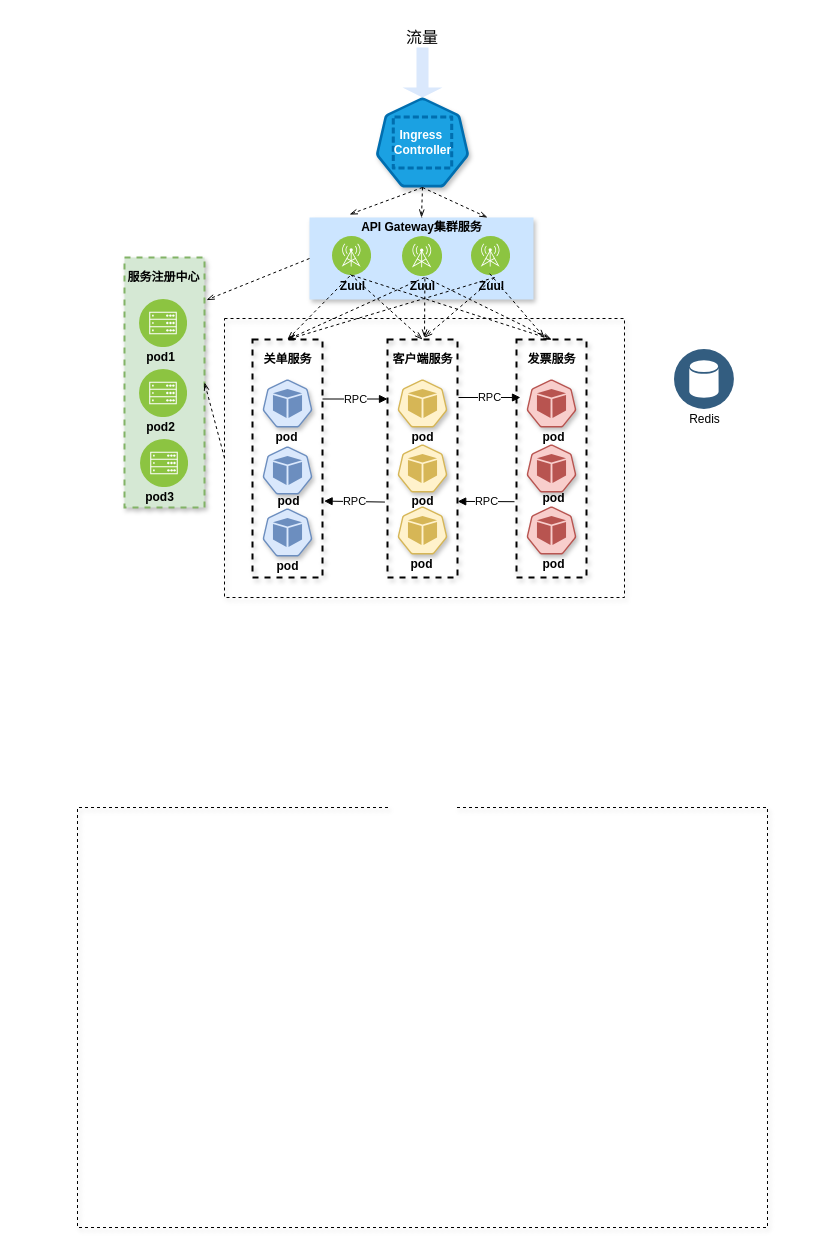
Earlier version of the draw.io diagram emtSaaS-Structure.drawio (JessiyLee/my-diagrams). Source tidied: cells renumbered, new cells numbered last; positions are measured from the earlier drawing's top-left corner, leaving out a move shared by most shapes. Both pictures are drawn from the tidied source at 100%, with x=0, y=0 at pixel (77, 17).
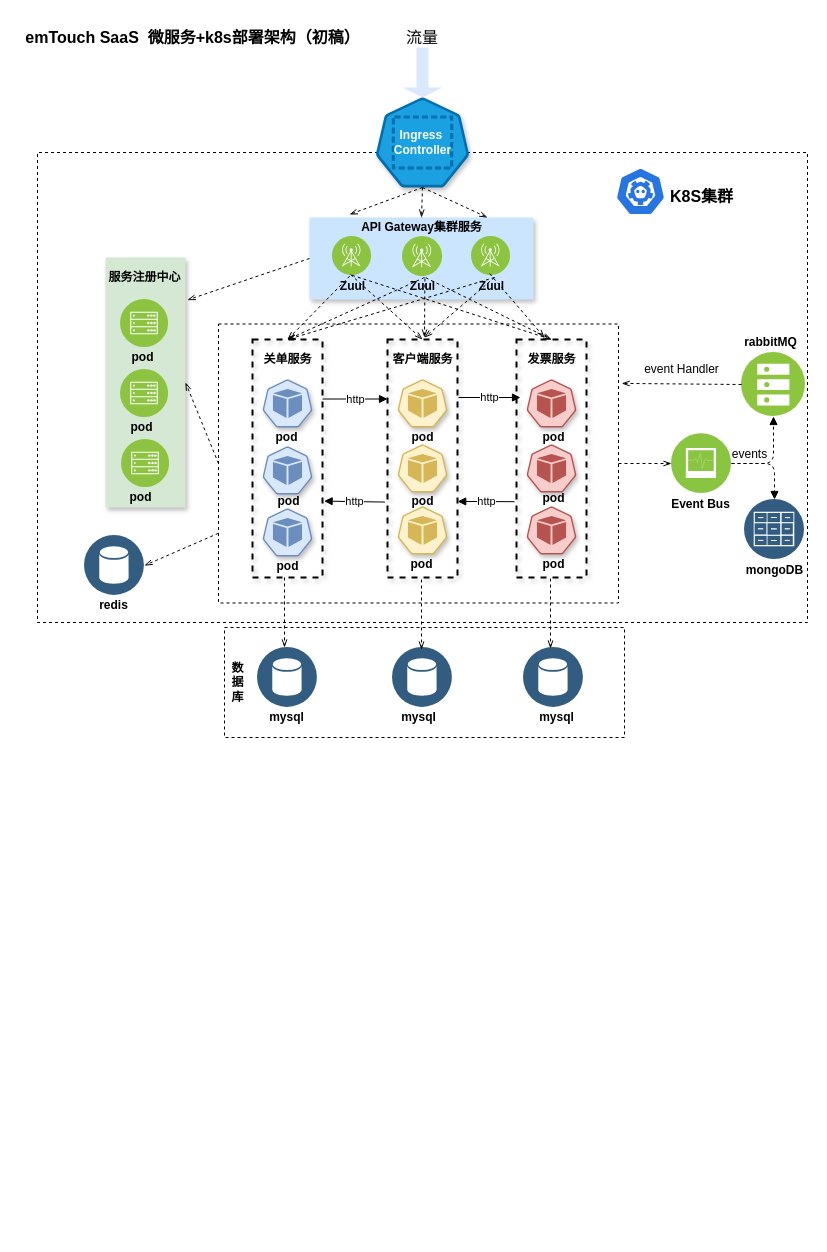
The same page after the edit.

Unchanged cells that the change refers to:
```xml
<mxCell id="15" style="whiteSpace=wrap;html=1;absoluteArcSize=1;arcSize=14;strokeWidth=2;shadow=1;dashed=1;fillColor=none;" parent="1" vertex="1">
  <mxGeometry x="175" y="322" width="70" height="238" as="geometry" />
</mxCell>
<mxCell id="20" style="whiteSpace=wrap;html=1;absoluteArcSize=1;arcSize=14;strokeWidth=2;shadow=1;dashed=1;fillColor=none;" parent="1" vertex="1">
  <mxGeometry x="310" y="322" width="70" height="238" as="geometry" />
</mxCell>
```

Diff of the diagram source:
```diff
@@
-    <mxCell id="4" style="verticalLabelPosition=bottom;verticalAlign=top;html=1;shape=mxgraph.basic.polygon;polyCoords=[[0.55,0],[0.75,0],[1,0],[1,1],[0.75,1],[0,1],[0,0],[0.45,0]];polyline=1;fillColor=none;shadow=1;dashed=1;" parent="1" vertex="1">
-      <mxGeometry y="790" width="690" height="420" as="geometry" />
+    <mxCell id="4" style="verticalLabelPosition=bottom;verticalAlign=top;html=1;shape=mxgraph.basic.polygon;polyCoords=[[0.55,0],[0.75,0],[1,0],[1,1],[0.75,1],[0,1],[0,0],[0.45,0]];polyline=1;fillColor=none;shadow=0;dashed=1;" parent="1" vertex="1">
+      <mxGeometry x="-40" y="135" width="770" height="470" as="geometry" />
     </mxCell>
@@
-    <mxCell id="42" value="RPC" style="endArrow=block;html=1;endFill=1;exitX=1;exitY=0.25;exitDx=0;exitDy=0;entryX=0;entryY=0.25;entryDx=0;entryDy=0;" parent="1" edge="1" source="15" target="20">
+    <mxCell id="42" value="http" style="endArrow=block;html=1;endFill=1;exitX=1;exitY=0.25;exitDx=0;exitDy=0;entryX=0;entryY=0.25;entryDx=0;entryDy=0;" parent="1" edge="1" source="15" target="20">
       <mxGeometry relative="1" as="geometry" />
     </mxCell>
-    <mxCell id="43" value="RPC" style="endArrow=block;html=1;endFill=1;exitX=1;exitY=0.25;exitDx=0;exitDy=0;fillColor=#f5f5f5;gradientColor=#b3b3b3;jumpStyle=none;sketch=0;shadow=0;" parent="1" edge="1">
+    <mxCell id="43" value="http" style="endArrow=block;html=1;endFill=1;exitX=1;exitY=0.25;exitDx=0;exitDy=0;fillColor=#f5f5f5;gradientColor=#b3b3b3;jumpStyle=none;sketch=0;shadow=0;" parent="1" edge="1">
       <mxGeometry relative="1" as="geometry">
         <mxPoint x="381" y="380" as="sourcePoint" />
         <mxPoint x="443" y="380" as="targetPoint" />
       </mxGeometry>
     </mxCell>
-    <mxCell id="44" value="RPC" style="endArrow=block;html=1;endFill=1;exitX=-0.037;exitY=0.683;exitDx=0;exitDy=0;exitPerimeter=0;entryX=1.023;entryY=0.679;entryDx=0;entryDy=0;entryPerimeter=0;" parent="1" edge="1" source="20" target="15">
+    <mxCell id="44" value="http" style="endArrow=block;html=1;endFill=1;exitX=-0.037;exitY=0.683;exitDx=0;exitDy=0;exitPerimeter=0;entryX=1.023;entryY=0.679;entryDx=0;entryDy=0;entryPerimeter=0;" parent="1" edge="1" source="20" target="15">
       <mxGeometry relative="1" as="geometry" />
     </mxCell>
-    <mxCell id="45" value="RPC" style="endArrow=block;html=1;endFill=1;exitX=-0.029;exitY=0.673;exitDx=0;exitDy=0;exitPerimeter=0;entryX=1.003;entryY=0.672;entryDx=0;entryDy=0;entryPerimeter=0;" parent="1" edge="1">
+    <mxCell id="45" value="http" style="endArrow=block;html=1;endFill=1;exitX=-0.029;exitY=0.673;exitDx=0;exitDy=0;exitPerimeter=0;entryX=1.003;entryY=0.672;entryDx=0;entryDy=0;entryPerimeter=0;" parent="1" edge="1">
       <mxGeometry relative="1" as="geometry">
         <mxPoint x="437" y="484.2" as="sourcePoint" />
         <mxPoint x="380.2" y="483.9" as="targetPoint" />
       </mxGeometry>
     </mxCell>
-    <mxCell id="46" style="whiteSpace=wrap;html=1;absoluteArcSize=1;arcSize=14;strokeWidth=2;shadow=1;dashed=1;fillColor=#d5e8d4;strokeColor=#82b366;" parent="1" vertex="1">
-      <mxGeometry x="47" y="240" width="80" height="250" as="geometry" />
+    <mxCell id="46" style="whiteSpace=wrap;html=1;absoluteArcSize=1;arcSize=14;strokeWidth=2;shadow=1;dashed=1;fillColor=#d5e8d4;strokeColor=none;" parent="1" vertex="1">
+      <mxGeometry x="28" y="240" width="80" height="250" as="geometry" />
     </mxCell>
     <mxCell id="47" value="&lt;b&gt;服务注册中心&lt;/b&gt;" style="text;html=1;align=center;verticalAlign=middle;strokeColor=none;" parent="1" vertex="1">
-      <mxGeometry x="41" y="250" width="90" height="20" as="geometry" />
+      <mxGeometry x="22" y="250" width="90" height="20" as="geometry" />
     </mxCell>
     <mxCell id="48" style="perimeter=ellipsePerimeter;html=1;align=center;shadow=0;dashed=0;fontColor=#4277BB;labelBackgroundColor=#ffffff;fontSize=12;spacingTop=3;image;image=img/lib/ibm/infrastructure/mobile_backend.svg;strokeColor=#000000;fillColor=none;" parent="1" vertex="1">
-      <mxGeometry x="62" y="282" width="48" height="48" as="geometry" />
+      <mxGeometry x="43" y="282" width="48" height="48" as="geometry" />
     </mxCell>
     <mxCell id="49" style="perimeter=ellipsePerimeter;html=1;align=center;shadow=0;dashed=0;fontColor=#4277BB;labelBackgroundColor=#ffffff;fontSize=12;spacingTop=3;image;image=img/lib/ibm/infrastructure/mobile_backend.svg;strokeColor=#000000;fillColor=none;" parent="1" vertex="1">
-      <mxGeometry x="62" y="352" width="48" height="48" as="geometry" />
+      <mxGeometry x="43" y="352" width="48" height="48" as="geometry" />
     </mxCell>
     <mxCell id="50" style="perimeter=ellipsePerimeter;html=1;align=center;shadow=0;dashed=0;fontColor=#4277BB;labelBackgroundColor=#ffffff;fontSize=12;spacingTop=3;image;image=img/lib/ibm/infrastructure/mobile_backend.svg;strokeColor=#000000;fillColor=none;" parent="1" vertex="1">
-      <mxGeometry x="63" y="422" width="48" height="48" as="geometry" />
+      <mxGeometry x="44" y="422" width="48" height="48" as="geometry" />
     </mxCell>
-    <mxCell id="51" value="&lt;b&gt;pod1&lt;/b&gt;" style="text;html=1;align=center;verticalAlign=middle;strokeColor=none;" parent="1" vertex="1">
-      <mxGeometry x="63" y="330" width="40" height="20" as="geometry" />
+    <mxCell id="51" value="&lt;b&gt;pod&lt;/b&gt;" style="text;html=1;align=center;verticalAlign=middle;strokeColor=none;" parent="1" vertex="1">
+      <mxGeometry x="45" y="330" width="40" height="20" as="geometry" />
     </mxCell>
-    <mxCell id="52" value="&lt;b&gt;pod2&lt;/b&gt;" style="text;html=1;align=center;verticalAlign=middle;strokeColor=none;" parent="1" vertex="1">
-      <mxGeometry x="63" y="400" width="40" height="20" as="geometry" />
+    <mxCell id="52" value="&lt;b&gt;pod&lt;/b&gt;" style="text;html=1;align=center;verticalAlign=middle;strokeColor=none;" parent="1" vertex="1">
+      <mxGeometry x="44" y="400" width="40" height="20" as="geometry" />
     </mxCell>
-    <mxCell id="53" value="&lt;b&gt;pod3&lt;/b&gt;" style="text;html=1;align=center;verticalAlign=middle;strokeColor=none;" parent="1" vertex="1">
-      <mxGeometry x="62" y="470" width="40" height="20" as="geometry" />
+    <mxCell id="53" value="&lt;b&gt;pod&lt;/b&gt;" style="text;html=1;align=center;verticalAlign=middle;strokeColor=none;" parent="1" vertex="1">
+      <mxGeometry x="43" y="470" width="40" height="20" as="geometry" />
     </mxCell>
@@
-    <mxCell id="63" style="whiteSpace=wrap;html=1;absoluteArcSize=1;arcSize=14;strokeWidth=1;shadow=1;dashed=1;fillColor=none;" parent="1" vertex="1">
-      <mxGeometry x="147" y="301" width="400" height="279" as="geometry" />
+    <mxCell id="63" style="whiteSpace=wrap;html=1;absoluteArcSize=1;arcSize=14;strokeWidth=1;shadow=0;dashed=1;fillColor=none;" parent="1" vertex="1">
+      <mxGeometry x="141" y="306.5" width="400" height="279" as="geometry" />
     </mxCell>
@@
     <mxCell id="66" style="perimeter=ellipsePerimeter;html=1;align=center;shadow=0;dashed=0;fontColor=#4277BB;labelBackgroundColor=#ffffff;fontSize=12;spacingTop=3;image;image=img/lib/ibm/data/data_services.svg;strokeColor=#000000;strokeWidth=1;fillColor=none;" parent="1" vertex="1">
-      <mxGeometry x="597" y="332" width="60" height="60" as="geometry" />
+      <mxGeometry x="7" y="518" width="60" height="60" as="geometry" />
     </mxCell>
-    <mxCell id="67" value="Redis" style="text;html=1;align=center;verticalAlign=middle;strokeColor=none;" parent="1" vertex="1">
-      <mxGeometry x="602" y="392" width="50" height="20" as="geometry" />
+    <mxCell id="67" value="&lt;b&gt;redis&lt;/b&gt;" style="text;html=1;align=center;verticalAlign=middle;strokeColor=none;" parent="1" vertex="1">
+      <mxGeometry x="16" y="578" width="40" height="20" as="geometry" />
     </mxCell>
+    <mxCell id="68" style="perimeter=ellipsePerimeter;html=1;align=center;shadow=0;dashed=0;fontColor=#4277BB;labelBackgroundColor=#ffffff;fontSize=12;spacingTop=3;image;image=img/lib/ibm/data/data_services.svg;strokeColor=#000000;strokeWidth=1;fillColor=none;" parent="1" vertex="1">
+      <mxGeometry x="180" y="630" width="60" height="60" as="geometry" />
+    </mxCell>
+    <mxCell id="69" style="perimeter=ellipsePerimeter;html=1;align=center;shadow=0;dashed=0;fontColor=#4277BB;labelBackgroundColor=#ffffff;fontSize=12;spacingTop=3;image;image=img/lib/ibm/data/data_services.svg;strokeColor=#000000;strokeWidth=1;fillColor=none;" parent="1" vertex="1">
+      <mxGeometry x="315" y="630" width="60" height="60" as="geometry" />
+    </mxCell>
+    <mxCell id="70" style="perimeter=ellipsePerimeter;html=1;align=center;shadow=0;dashed=0;fontColor=#4277BB;labelBackgroundColor=#ffffff;fontSize=12;spacingTop=3;image;image=img/lib/ibm/data/data_services.svg;strokeColor=#000000;strokeWidth=1;fillColor=none;" parent="1" vertex="1">
+      <mxGeometry x="446" y="630" width="60" height="60" as="geometry" />
+    </mxCell>
+    <mxCell id="71" value="&lt;b&gt;mysql&lt;/b&gt;" style="text;html=1;align=center;verticalAlign=middle;strokeColor=none;" parent="1" vertex="1">
+      <mxGeometry x="184" y="690" width="50" height="20" as="geometry" />
+    </mxCell>
+    <mxCell id="72" value="&lt;b&gt;mysql&lt;/b&gt;" style="text;html=1;align=center;verticalAlign=middle;strokeColor=none;" parent="1" vertex="1">
+      <mxGeometry x="316" y="690" width="50" height="20" as="geometry" />
+    </mxCell>
+    <mxCell id="73" value="&lt;b&gt;mysql&lt;/b&gt;" style="text;html=1;align=center;verticalAlign=middle;strokeColor=none;" parent="1" vertex="1">
+      <mxGeometry x="454" y="690" width="50" height="20" as="geometry" />
+    </mxCell>
+    <mxCell id="74" style="endArrow=openThin;html=1;dashed=1;endFill=0;entryX=0.5;entryY=0;entryDx=0;entryDy=0;" parent="1" edge="1">
+      <mxGeometry relative="1" as="geometry">
+        <mxPoint x="207" y="560" as="sourcePoint" />
+        <mxPoint x="207" y="630" as="targetPoint" />
+      </mxGeometry>
+    </mxCell>
+    <mxCell id="75" style="endArrow=openThin;html=1;dashed=1;endFill=0;entryX=0.5;entryY=0;entryDx=0;entryDy=0;" parent="1" edge="1">
+      <mxGeometry relative="1" as="geometry">
+        <mxPoint x="344" y="562" as="sourcePoint" />
+        <mxPoint x="344" y="632" as="targetPoint" />
+      </mxGeometry>
+    </mxCell>
+    <mxCell id="76" style="endArrow=openThin;html=1;dashed=1;endFill=0;entryX=0.5;entryY=0;entryDx=0;entryDy=0;" parent="1" edge="1">
+      <mxGeometry relative="1" as="geometry">
+        <mxPoint x="473" y="561" as="sourcePoint" />
+        <mxPoint x="473" y="631" as="targetPoint" />
+      </mxGeometry>
+    </mxCell>
+    <mxCell id="77" style="whiteSpace=wrap;html=1;absoluteArcSize=1;arcSize=14;strokeWidth=1;shadow=0;dashed=1;fillColor=none;" parent="1" vertex="1">
+      <mxGeometry x="147" y="610" width="400" height="110" as="geometry" />
+    </mxCell>
+    <mxCell id="78" style="endArrow=openThin;html=1;dashed=1;endFill=0;exitX=0;exitY=0.75;exitDx=0;exitDy=0;entryX=1;entryY=0.5;entryDx=0;entryDy=0;" parent="1" edge="1" source="63" target="66">
+      <mxGeometry relative="1" as="geometry" />
+    </mxCell>
+    <mxCell id="79" value="&lt;b&gt;数&lt;br&gt;据&lt;br&gt;库&lt;/b&gt;" style="text;html=1;align=center;verticalAlign=middle;strokeColor=none;" parent="1" vertex="1">
+      <mxGeometry x="145" y="640" width="30" height="50" as="geometry" />
+    </mxCell>
+    <mxCell id="80" style="perimeter=ellipsePerimeter;html=1;align=center;shadow=0;dashed=0;fontColor=#4277BB;labelBackgroundColor=#ffffff;fontSize=12;spacingTop=3;image;image=img/lib/ibm/vpc/BareMetalServer.svg;strokeColor=#000000;strokeWidth=1;fillColor=#ffffff;" parent="1" vertex="1">
+      <mxGeometry x="664" y="335" width="64" height="64" as="geometry" />
+    </mxCell>
+    <mxCell id="81" value="&lt;b&gt;rabbitMQ&lt;/b&gt;" style="text;html=1;align=center;verticalAlign=middle;strokeColor=none;" parent="1" vertex="1">
+      <mxGeometry x="658" y="315" width="70" height="20" as="geometry" />
+    </mxCell>
+    <mxCell id="82" style="endArrow=openThin;html=1;dashed=1;endFill=0;exitX=0;exitY=0.5;exitDx=0;exitDy=0;entryX=1.008;entryY=0.213;entryDx=0;entryDy=0;entryPerimeter=0;" parent="1" edge="1" source="80" target="63">
+      <mxGeometry relative="1" as="geometry" />
+    </mxCell>
+    <mxCell id="83" style="perimeter=ellipsePerimeter;html=1;align=center;shadow=0;dashed=0;fontColor=#4277BB;labelBackgroundColor=#ffffff;fontSize=12;spacingTop=3;image;image=img/lib/ibm/data/file_repository.svg;strokeColor=#000000;strokeWidth=1;fillColor=#ffffff;" parent="1" vertex="1">
+      <mxGeometry x="667" y="482" width="60" height="60" as="geometry" />
+    </mxCell>
+    <mxCell id="84" value="&lt;b&gt;mongoDB&lt;/b&gt;" style="text;html=1;align=center;verticalAlign=middle;strokeColor=none;" parent="1" vertex="1">
+      <mxGeometry x="662" y="543" width="70" height="20" as="geometry" />
+    </mxCell>
+    <mxCell id="85" value="events" style="text;html=1;align=center;verticalAlign=middle;strokeColor=none;" parent="1" vertex="1">
+      <mxGeometry x="647" y="427" width="50" height="20" as="geometry" />
+    </mxCell>
+    <mxCell id="86" value="event Handler" style="text;html=1;align=center;verticalAlign=middle;strokeColor=none;" parent="1" vertex="1">
+      <mxGeometry x="559" y="342" width="90" height="20" as="geometry" />
+    </mxCell>
+    <mxCell id="87" style="edgeStyle=orthogonalEdgeStyle;rounded=1;sketch=0;jumpStyle=none;jettySize=auto;html=1;exitX=1;exitY=0.5;exitDx=0;exitDy=0;entryX=0.5;entryY=1;entryDx=0;entryDy=0;shadow=0;dashed=1;endArrow=block;endFill=1;strokeColor=#000000;" parent="1" edge="1" source="89" target="80">
+      <mxGeometry relative="1" as="geometry" />
+    </mxCell>
+    <mxCell id="88" style="edgeStyle=orthogonalEdgeStyle;rounded=1;sketch=0;jumpStyle=none;jettySize=auto;html=1;exitX=1;exitY=0.5;exitDx=0;exitDy=0;entryX=0.5;entryY=0;entryDx=0;entryDy=0;shadow=0;dashed=1;endArrow=block;endFill=1;strokeColor=#000000;" parent="1" edge="1" source="89" target="83">
+      <mxGeometry relative="1" as="geometry" />
+    </mxCell>
+    <mxCell id="89" style="perimeter=ellipsePerimeter;html=1;align=center;shadow=0;dashed=0;fontColor=#4277BB;labelBackgroundColor=#ffffff;fontSize=12;spacingTop=3;image;image=img/lib/ibm/infrastructure/diagnostics.svg;strokeColor=#000000;strokeWidth=1;fillColor=#ffffff;" parent="1" vertex="1">
+      <mxGeometry x="594" y="416" width="60" height="60" as="geometry" />
+    </mxCell>
+    <mxCell id="90" value="&lt;b&gt;Event Bus&lt;/b&gt;" style="text;html=1;align=center;verticalAlign=middle;strokeColor=none;" parent="1" vertex="1">
+      <mxGeometry x="588" y="477" width="70" height="20" as="geometry" />
+    </mxCell>
+    <mxCell id="91" style="endArrow=openThin;html=1;dashed=1;endFill=0;exitX=1;exitY=0.5;exitDx=0;exitDy=0;entryX=0;entryY=0.5;entryDx=0;entryDy=0;" parent="1" edge="1" source="63" target="89">
+      <mxGeometry relative="1" as="geometry" />
+    </mxCell>
+    <mxCell id="92" style="html=1;dashed=0;whitespace=wrap;fillColor=#2875E2;strokeColor=#ffffff;shape=mxgraph.kubernetes.icon;prIcon=etcd;shadow=0;" parent="1" vertex="1">
+      <mxGeometry x="538" y="150" width="50" height="48" as="geometry" />
+    </mxCell>
+    <mxCell id="93" value="&lt;b&gt;&lt;font style=&quot;font-size: 16px&quot;&gt;K8S集群&lt;/font&gt;&lt;/b&gt;" style="text;html=1;align=center;verticalAlign=middle;strokeColor=none;" parent="1" vertex="1">
+      <mxGeometry x="584" y="169" width="80" height="20" as="geometry" />
+    </mxCell>
+    <mxCell id="94" value="&lt;b&gt;&lt;font style=&quot;font-size: 16px&quot;&gt;emTouch SaaS&amp;nbsp; 微服务+k8s部署架构（初稿）&lt;/font&gt;&lt;/b&gt;" style="text;html=1;align=center;verticalAlign=middle;" parent="1" vertex="1">
+      <mxGeometry x="-60.5" y="10" width="350" height="20" as="geometry" />
+    </mxCell>
```
